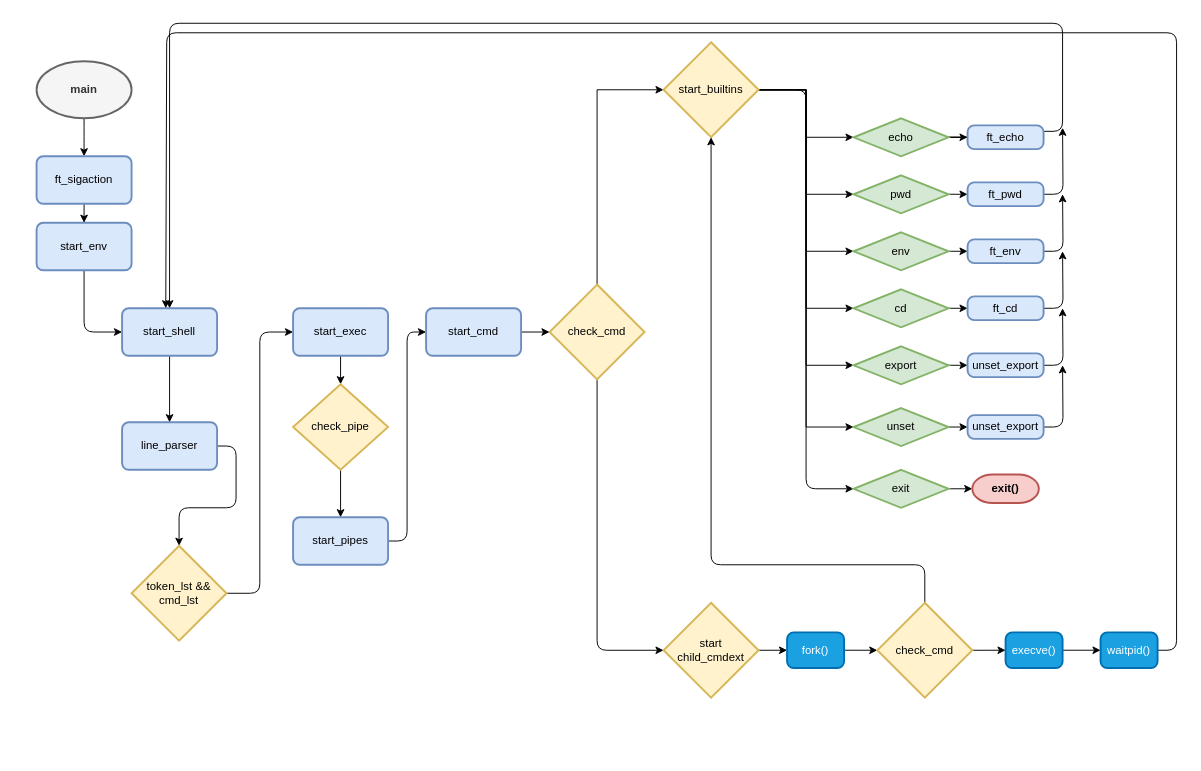
LeonMoreno/LeonMoreno keeps this draw.io diagram as diagrams/Diagrama sin título.drawio. Above is the earlier version. Source tidied: cells renumbered, new cells numbered last; positions are measured from the earlier drawing's top-left corner, leaving out a move shared by most shapes. Both pictures are drawn from the tidied source at 95%, with x=0, y=0 at pixel (36, 23).
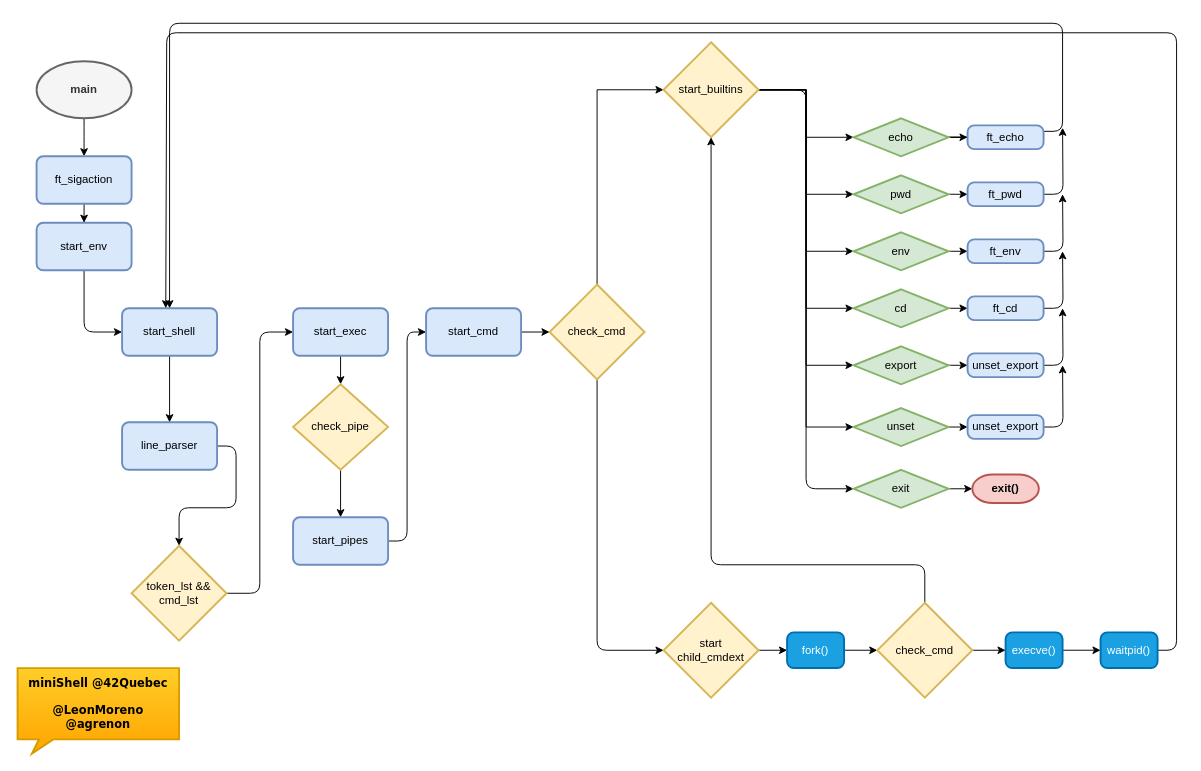
The same page after the edit.

Diff of the diagram source:
```diff
@@
+    <mxCell id="71" value="miniShell @42Quebec&lt;br&gt;&lt;br&gt;@LeonMoreno&lt;br&gt;@agrenon" style="shape=mxgraph.basic.rectCallout;dx=30;dy=15;boundedLbl=1;fillColor=#ffcd28;strokeColor=#d79b00;strokeWidth=2;gradientColor=#ffa500;fontStyle=1;fontFamily=Verdana;fontColor=default;labelBackgroundColor=none;labelBorderColor=none;whiteSpace=wrap;html=1;" parent="1" vertex="1">
+      <mxGeometry x="-20" y="678.8" width="170" height="90" as="geometry" />
+    </mxCell>
```
